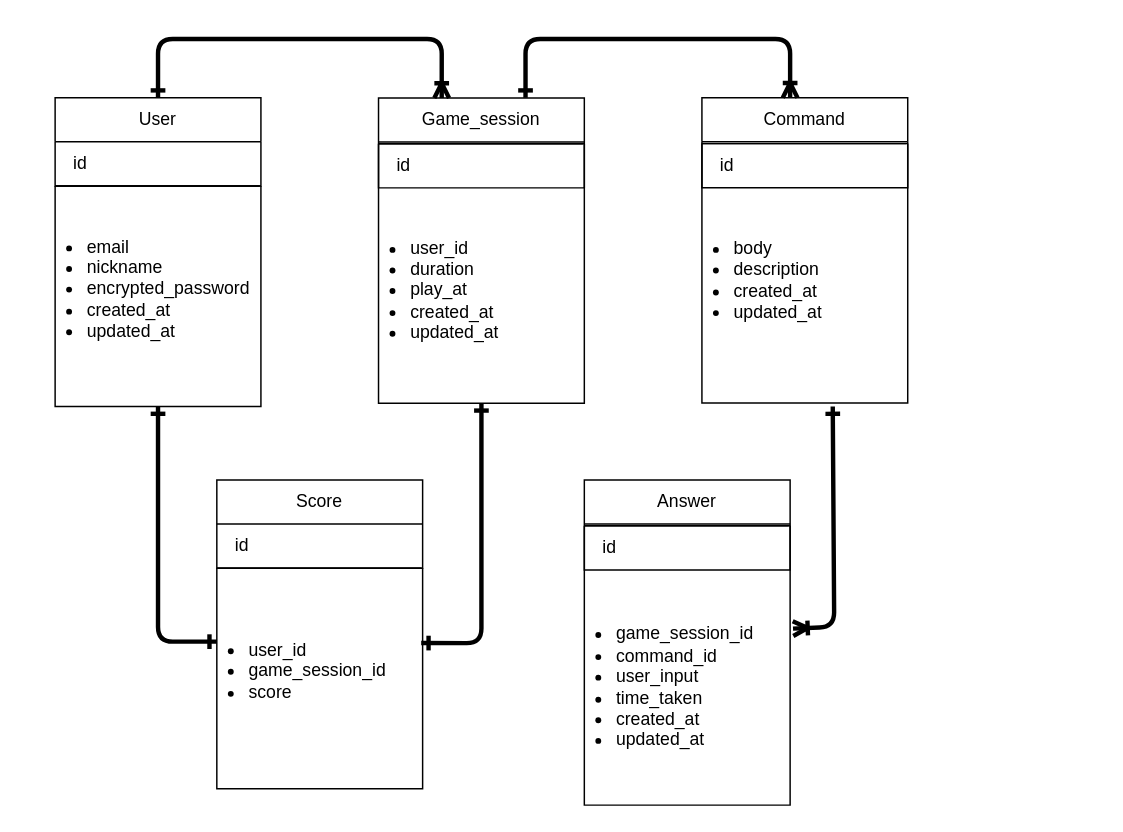
This is design/ER_plan.drawio from morimori-mochimochi/command_shooting_app, a draw.io file, before an edit. Source tidied: cells renumbered, new cells numbered last; positions are measured from the earlier drawing's top-left corner, leaving out a move shared by most shapes. Both pictures are drawn from the tidied source at 147%, with x=0, y=0 at pixel (25, 38).
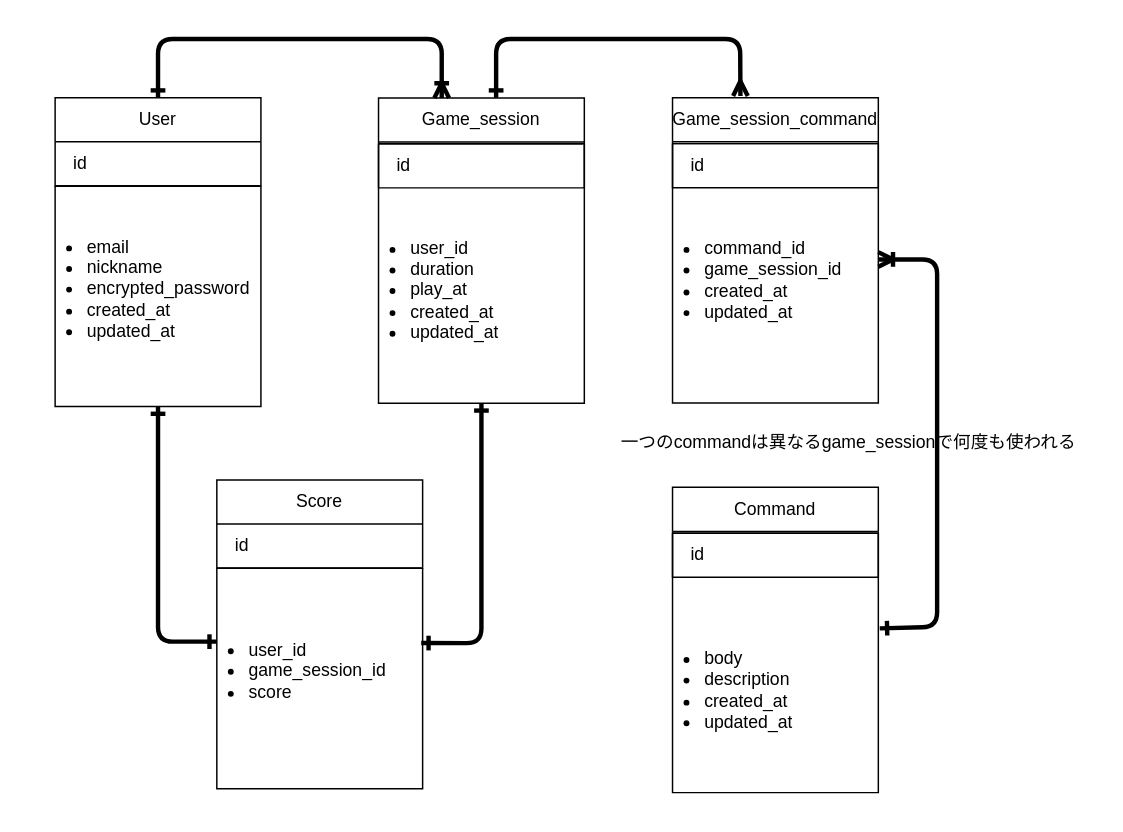
The same diagram, later.

Diff of the diagram source:
```diff
@@
-    <mxCell id="15" style="group;" parent="1" vertex="1">
-      <mxGeometry x="460" y="40" width="140" height="207.7" as="geometry" />
-    </mxCell>
-    <mxCell id="16" value="Command" style="swimlane;fontStyle=0;horizontal=1;startSize=30;whiteSpace=wrap;html=1;" parent="15" vertex="1">
-      <mxGeometry width="140" height="61.2" as="geometry" />
-    </mxCell>
-    <mxCell id="17" value="&amp;nbsp; id" style="text;strokeColor=none;fillColor=none;align=left;verticalAlign=middle;spacingLeft=4;spacingRight=4;overflow=hidden;whiteSpace=wrap;html=1;" parent="16" vertex="1">
-      <mxGeometry y="30" width="140" height="31.2" as="geometry" />
-    </mxCell>
-    <mxCell id="18" style="endArrow=none;html=1;exitX=0.021;exitY=0.133;exitDx=0;exitDy=0;exitPerimeter=0;entryX=0.993;entryY=0;entryDx=0;entryDy=0;entryPerimeter=0;" parent="15" edge="1" target="19">
-      <mxGeometry relative="1" as="geometry">
-        <mxPoint y="31.2" as="sourcePoint" />
-      </mxGeometry>
-    </mxCell>
-    <mxCell id="19" style="swimlane;startSize=0;" parent="15" vertex="1">
-      <mxGeometry y="31.2" width="140" height="176.5" as="geometry" />
-    </mxCell>
-    <mxCell id="20" value="&lt;ul&gt;&lt;li&gt;body&lt;/li&gt;&lt;li&gt;description&lt;/li&gt;&lt;li&gt;created_at&lt;/li&gt;&lt;li&gt;updated_at&lt;/li&gt;&lt;/ul&gt;" style="text;strokeColor=none;fillColor=none;html=1;whiteSpace=wrap;verticalAlign=middle;overflow=hidden;" parent="19" vertex="1">
-      <mxGeometry x="-20" y="30" width="140" height="126.5" as="geometry" />
-    </mxCell>
-    <mxCell id="21" style="endArrow=ERone;html=1;strokeWidth=3;endFill=0;startArrow=ERoneToMany;startFill=0;" parent="15" edge="1">
-      <mxGeometry relative="1" as="geometry">
-        <mxPoint x="60" as="sourcePoint" />
-        <mxPoint x="-120" as="targetPoint" />
-        <Array as="points">
-          <mxPoint x="60" y="-40" />
-          <mxPoint x="-120" y="-40" />
-        </Array>
-      </mxGeometry>
-    </mxCell>
-    <mxCell id="22" style="group;" parent="1" vertex="1">
-      <mxGeometry x="380" y="300" width="140" height="221.2" as="geometry" />
-    </mxCell>
-    <mxCell id="23" value="Answer" style="swimlane;fontStyle=0;horizontal=1;startSize=30;whiteSpace=wrap;html=1;" parent="22" vertex="1">
-      <mxGeometry width="140" height="61.2" as="geometry" />
-    </mxCell>
-    <mxCell id="24" value="&amp;nbsp; id" style="text;strokeColor=none;fillColor=none;align=left;verticalAlign=middle;spacingLeft=4;spacingRight=4;overflow=hidden;whiteSpace=wrap;html=1;" parent="23" vertex="1">
-      <mxGeometry y="30" width="140" height="31.2" as="geometry" />
-    </mxCell>
-    <mxCell id="25" style="endArrow=none;html=1;exitX=0.021;exitY=0.133;exitDx=0;exitDy=0;exitPerimeter=0;entryX=0.993;entryY=0;entryDx=0;entryDy=0;entryPerimeter=0;" parent="22" edge="1" target="26">
-      <mxGeometry relative="1" as="geometry">
-        <mxPoint y="31.2" as="sourcePoint" />
-      </mxGeometry>
-    </mxCell>
-    <mxCell id="26" style="swimlane;startSize=0;" parent="22" vertex="1">
-      <mxGeometry y="31.2" width="140" height="190" as="geometry" />
-    </mxCell>
-    <mxCell id="27" value="&lt;ul&gt;&lt;li&gt;game_session_id&lt;/li&gt;&lt;li&gt;command_id&lt;/li&gt;&lt;li&gt;user_input&lt;/li&gt;&lt;li&gt;time_taken&lt;/li&gt;&lt;li&gt;created_at&lt;/li&gt;&lt;li&gt;updated_at&lt;/li&gt;&lt;/ul&gt;" style="text;strokeColor=none;fillColor=none;html=1;whiteSpace=wrap;verticalAlign=middle;overflow=hidden;" parent="26" vertex="1">
-      <mxGeometry x="-20" y="30" width="140" height="160" as="geometry" />
-    </mxCell>
@@
-    <mxCell id="37" style="endArrow=ERone;html=1;exitX=1.014;exitY=0.368;exitDx=0;exitDy=0;exitPerimeter=0;strokeWidth=3;startArrow=ERoneToMany;startFill=0;endFill=0;" parent="1" edge="1" source="26">
-      <mxGeometry relative="1" as="geometry">
-        <mxPoint x="549" y="250" as="targetPoint" />
-        <Array as="points">
-          <mxPoint x="550" y="400" />
-        </Array>
-      </mxGeometry>
-    </mxCell>
+    <mxCell id="38" style="group;" parent="1" vertex="1">
+      <mxGeometry x="440" y="40" width="140" height="207.7" as="geometry" />
+    </mxCell>
+    <mxCell id="39" value="Game_session_command" style="swimlane;fontStyle=0;horizontal=1;startSize=30;whiteSpace=wrap;html=1;" parent="38" vertex="1">
+      <mxGeometry width="140" height="61.2" as="geometry" />
+    </mxCell>
+    <mxCell id="24" value="&amp;nbsp; id" style="text;strokeColor=none;fillColor=none;align=left;verticalAlign=middle;spacingLeft=4;spacingRight=4;overflow=hidden;whiteSpace=wrap;html=1;" parent="39" vertex="1">
+      <mxGeometry y="30" width="140" height="31.2" as="geometry" />
+    </mxCell>
+    <mxCell id="40" style="endArrow=none;html=1;exitX=0.021;exitY=0.133;exitDx=0;exitDy=0;exitPerimeter=0;entryX=0.993;entryY=0;entryDx=0;entryDy=0;entryPerimeter=0;" parent="38" edge="1" target="41">
+      <mxGeometry relative="1" as="geometry">
+        <mxPoint y="31.2" as="sourcePoint" />
+      </mxGeometry>
+    </mxCell>
+    <mxCell id="41" style="swimlane;startSize=0;" parent="38" vertex="1">
+      <mxGeometry y="31.2" width="140" height="176.5" as="geometry" />
+    </mxCell>
+    <mxCell id="42" value="&lt;ul&gt;&lt;li&gt;command_id&lt;/li&gt;&lt;li&gt;game_session_id&lt;/li&gt;&lt;li&gt;created_at&lt;/li&gt;&lt;li&gt;updated_at&lt;/li&gt;&lt;/ul&gt;" style="text;strokeColor=none;fillColor=none;html=1;whiteSpace=wrap;verticalAlign=middle;overflow=hidden;" parent="41" vertex="1">
+      <mxGeometry x="-20" y="30" width="140" height="126.5" as="geometry" />
+    </mxCell>
+    <mxCell id="43" style="endArrow=ERone;html=1;strokeWidth=3;endFill=0;startArrow=ERmany;startFill=0;exitX=0.33;exitY=-0.02;exitDx=0;exitDy=0;exitPerimeter=0;" parent="38" edge="1" source="39">
+      <mxGeometry relative="1" as="geometry">
+        <mxPoint x="-120" as="targetPoint" />
+        <Array as="points">
+          <mxPoint x="46" y="-40" />
+          <mxPoint x="-120" y="-40" />
+        </Array>
+      </mxGeometry>
+    </mxCell>
+    <mxCell id="44" value="一つのcommandは異なるgame_sessionで何度も使われる" style="text;html=1;align=center;verticalAlign=middle;whiteSpace=wrap;rounded=0;" parent="1" vertex="1">
+      <mxGeometry x="390" y="260" width="340" height="30" as="geometry" />
+    </mxCell>
+    <mxCell id="21" style="endArrow=ERoneToMany;html=1;strokeWidth=3;endFill=0;startArrow=ERone;startFill=0;exitX=1.007;exitY=0.367;exitDx=0;exitDy=0;exitPerimeter=0;" parent="1" edge="1" source="19">
+      <mxGeometry relative="1" as="geometry">
+        <mxPoint x="580" y="150" as="targetPoint" />
+        <Array as="points">
+          <mxPoint x="620" y="400" />
+          <mxPoint x="620" y="150" />
+        </Array>
+      </mxGeometry>
+    </mxCell>
+    <mxCell id="20" value="&lt;ul&gt;&lt;li&gt;body&lt;/li&gt;&lt;li&gt;description&lt;/li&gt;&lt;li&gt;created_at&lt;/li&gt;&lt;li&gt;updated_at&lt;/li&gt;&lt;/ul&gt;" style="text;strokeColor=none;fillColor=none;html=1;whiteSpace=wrap;verticalAlign=middle;overflow=hidden;" parent="1" vertex="1">
+      <mxGeometry x="420" y="380" width="140" height="126.5" as="geometry" />
+    </mxCell>
+    <mxCell id="45" style="group;" parent="1" vertex="1">
+      <mxGeometry x="440" y="305" width="140" height="207.7" as="geometry" />
+    </mxCell>
+    <mxCell id="16" value="Command" style="swimlane;fontStyle=0;horizontal=1;startSize=30;whiteSpace=wrap;html=1;" parent="45" vertex="1">
+      <mxGeometry width="140" height="61.2" as="geometry" />
+    </mxCell>
+    <mxCell id="18" style="endArrow=none;html=1;exitX=0.021;exitY=0.133;exitDx=0;exitDy=0;exitPerimeter=0;entryX=0.993;entryY=0;entryDx=0;entryDy=0;entryPerimeter=0;" parent="45" edge="1" target="19">
+      <mxGeometry relative="1" as="geometry">
+        <mxPoint y="31.2" as="sourcePoint" />
+      </mxGeometry>
+    </mxCell>
+    <mxCell id="19" style="swimlane;startSize=0;" parent="45" vertex="1">
+      <mxGeometry y="31.2" width="140" height="176.5" as="geometry" />
+    </mxCell>
+    <mxCell id="17" value="&amp;nbsp; id" style="text;strokeColor=none;fillColor=none;align=left;verticalAlign=middle;spacingLeft=4;spacingRight=4;overflow=hidden;whiteSpace=wrap;html=1;" parent="45" vertex="1">
+      <mxGeometry y="30" width="140" height="31.2" as="geometry" />
+    </mxCell>
```
